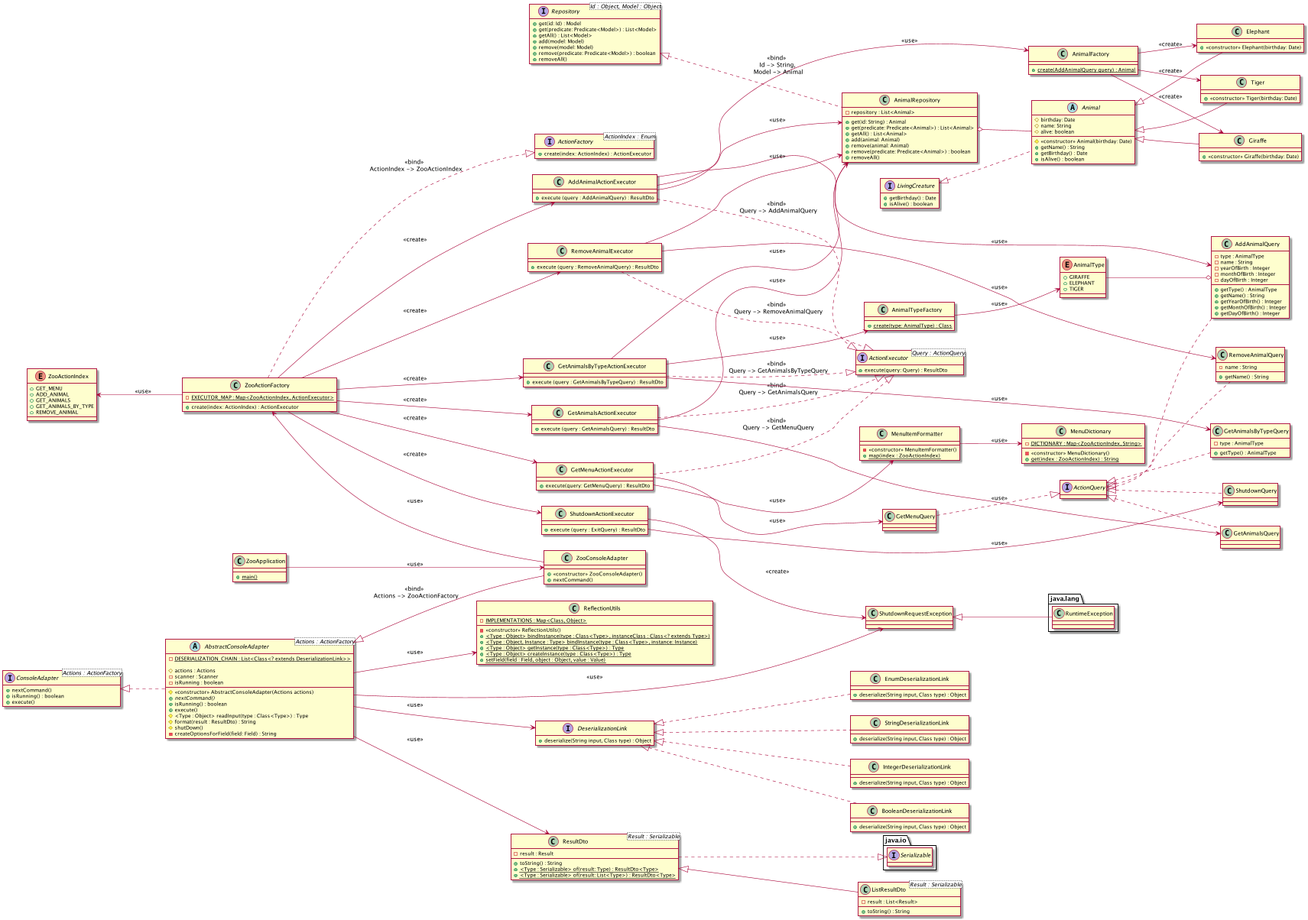
Before: documentation/class_structure.png, a diagram exported from PlantUML (SudoSudoku/zoo).
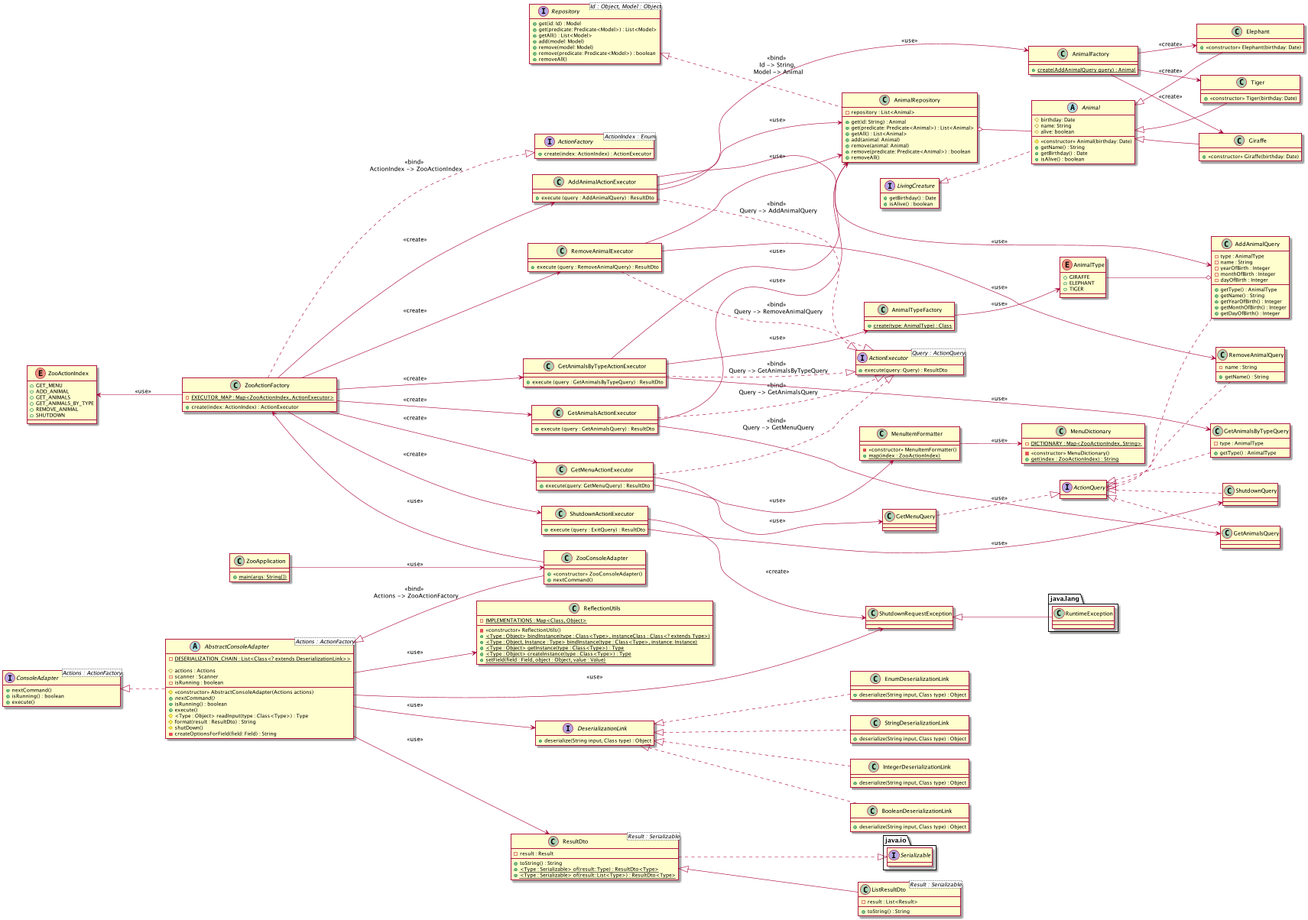
After the change.

Commit message:
dodanie diagramu przypadków użycia

Diff of the diagram source:
```diff
@@ -2,7 +2,7 @@
 interface java.io.Serializable
 
 class ZooApplication {
-    + {static} main()
+    + {static} main(args: String[])
 }
 
 class ZooConsoleAdapter {
@@ -99,6 +99,7 @@
     +GET_ANIMALS
     +GET_ANIMALS_BY_TYPE
     +REMOVE_ANIMAL
+    +SHUTDOWN
 }
 
 ZooActionIndex <-- ZooActionFactory : <<use>>
```
